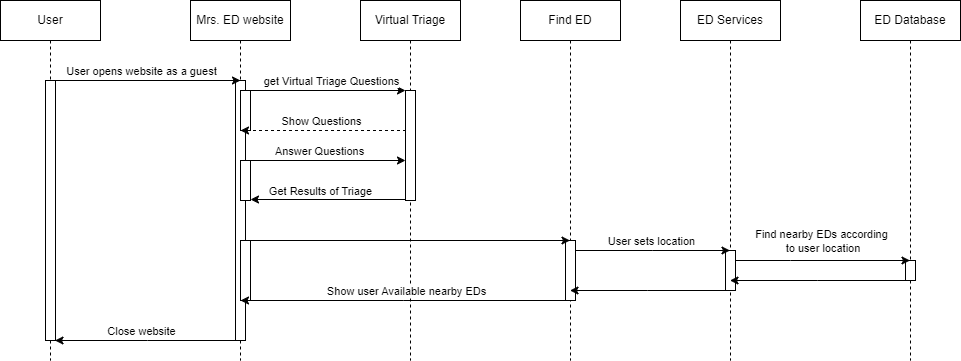
This is diagrams/UC1_Sequence_Diagram.drawio.png from uvic-teach/project-m1-team6, a draw.io export, as it was before one commit. Source tidied: cells renumbered, new cells last; positions are measured from the earlier drawing's top-left corner, leaving out a move shared by most shapes.
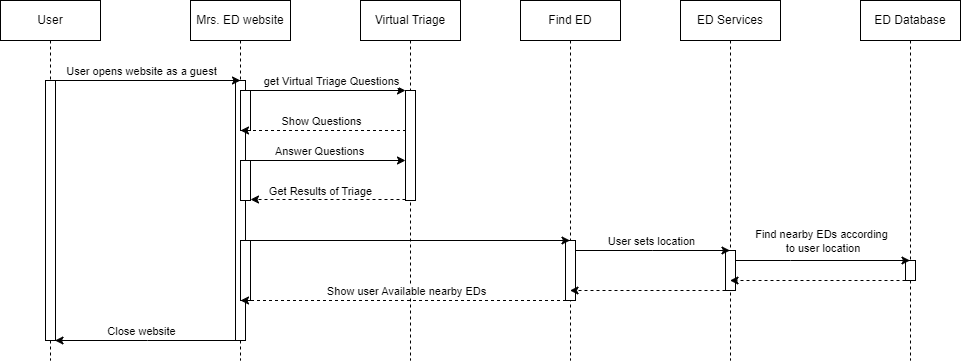
After the change.

The edit, as a diff of the source:
```diff
@@ -87,7 +87,7 @@
     <mxCell id="22" style="rounded=0;whiteSpace=wrap;html=1;" parent="1" vertex="1">
       <mxGeometry x="240" y="160" width="10" height="40" as="geometry" />
     </mxCell>
-    <mxCell id="23" style="edgeStyle=orthogonalEdgeStyle;rounded=0;orthogonalLoop=1;jettySize=auto;html=1;entryX=1;entryY=0.5;entryDx=0;entryDy=0;" parent="1" edge="1">
+    <mxCell id="23" style="edgeStyle=orthogonalEdgeStyle;rounded=0;orthogonalLoop=1;jettySize=auto;html=1;entryX=1;entryY=0.5;entryDx=0;entryDy=0;dashed=1;" parent="1" edge="1">
       <mxGeometry relative="1" as="geometry">
         <mxPoint x="405" y="199" as="sourcePoint" />
         <mxPoint x="250" y="199" as="targetPoint" />
@@ -115,13 +115,13 @@
         <mxPoint x="14" y="-6" as="offset" />
       </mxGeometry>
     </mxCell>
-    <mxCell id="28" style="edgeStyle=elbowEdgeStyle;rounded=0;orthogonalLoop=1;jettySize=auto;html=1;elbow=vertical;curved=0;" parent="1" edge="1">
+    <mxCell id="28" style="edgeStyle=elbowEdgeStyle;rounded=0;orthogonalLoop=1;jettySize=auto;html=1;elbow=vertical;curved=0;dashed=1;" parent="1" edge="1">
       <mxGeometry relative="1" as="geometry">
         <mxPoint x="725" y="290" as="sourcePoint" />
         <mxPoint x="569.5" y="290" as="targetPoint" />
       </mxGeometry>
     </mxCell>
-    <mxCell id="29" style="edgeStyle=elbowEdgeStyle;rounded=0;orthogonalLoop=1;jettySize=auto;html=1;elbow=vertical;curved=0;" parent="1" edge="1">
+    <mxCell id="29" style="edgeStyle=elbowEdgeStyle;rounded=0;orthogonalLoop=1;jettySize=auto;html=1;elbow=vertical;curved=0;dashed=1;" parent="1" edge="1">
       <mxGeometry relative="1" as="geometry">
         <mxPoint x="565.5" y="300" as="sourcePoint" />
         <mxPoint x="240" y="300" as="targetPoint" />
@@ -161,7 +161,7 @@
         <mxPoint x="41" y="-21" as="offset" />
       </mxGeometry>
     </mxCell>
-    <mxCell id="37" style="edgeStyle=elbowEdgeStyle;rounded=0;orthogonalLoop=1;jettySize=auto;html=1;elbow=vertical;curved=0;" parent="1" edge="1">
+    <mxCell id="37" style="edgeStyle=elbowEdgeStyle;rounded=0;orthogonalLoop=1;jettySize=auto;html=1;elbow=vertical;curved=0;dashed=1;" parent="1" edge="1">
       <mxGeometry relative="1" as="geometry">
         <mxPoint x="905" y="280" as="sourcePoint" />
         <mxPoint x="729.5" y="280" as="targetPoint" />
```
